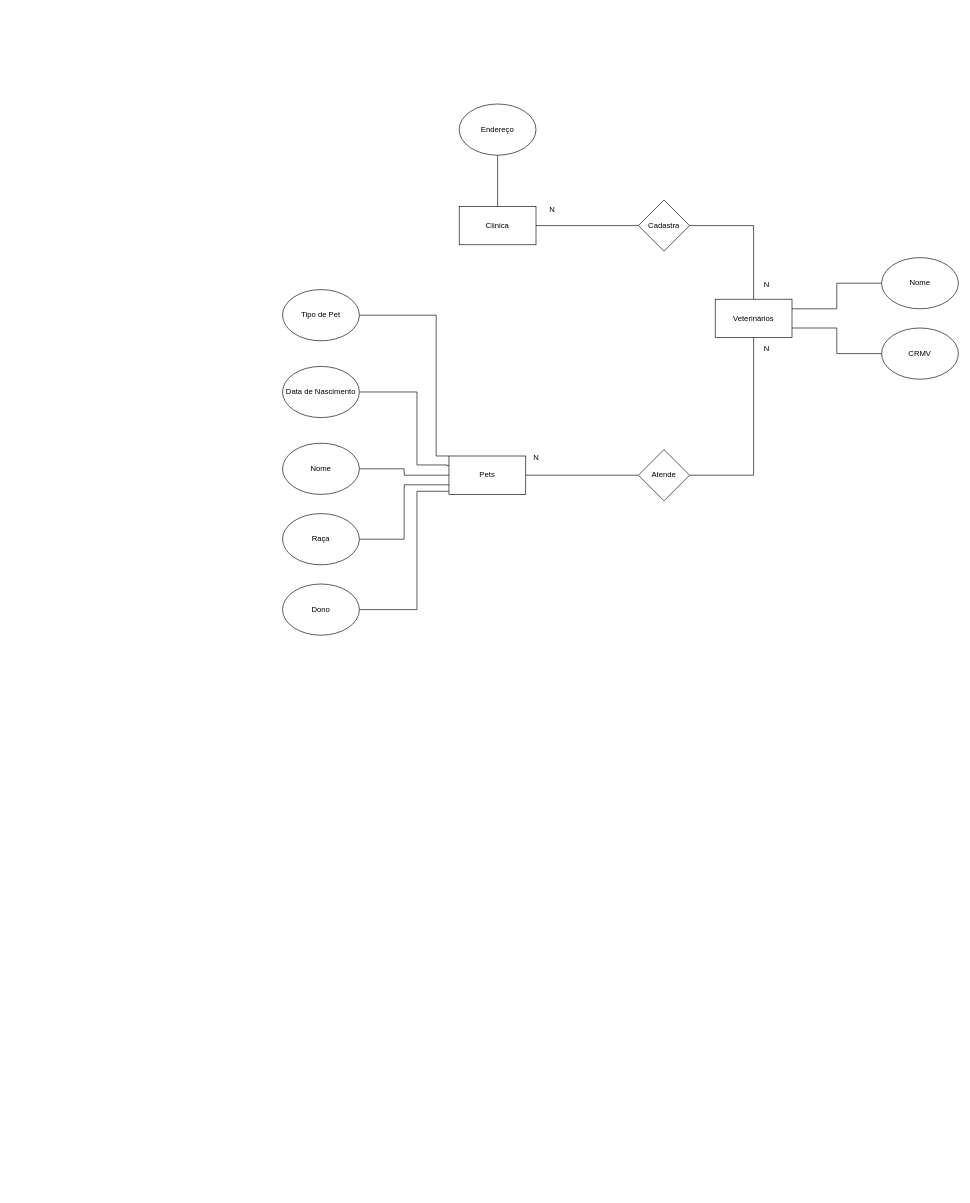
Above: BancoDeDados/Aula3-24-07-Atividade-ModeloEntidadeRelacionamento/1.3-exercicio-pclinics/Atividade-03.drawio in AllanR1991/Senai-2SM (draw.io), before the change. Source tidied: cells renumbered, new cells numbered last; positions are measured from the earlier drawing's top-left corner, leaving out a move shared by most shapes. Both pictures are drawn from the tidied source at 64%, with x=0, y=0 at pixel (282, 104).
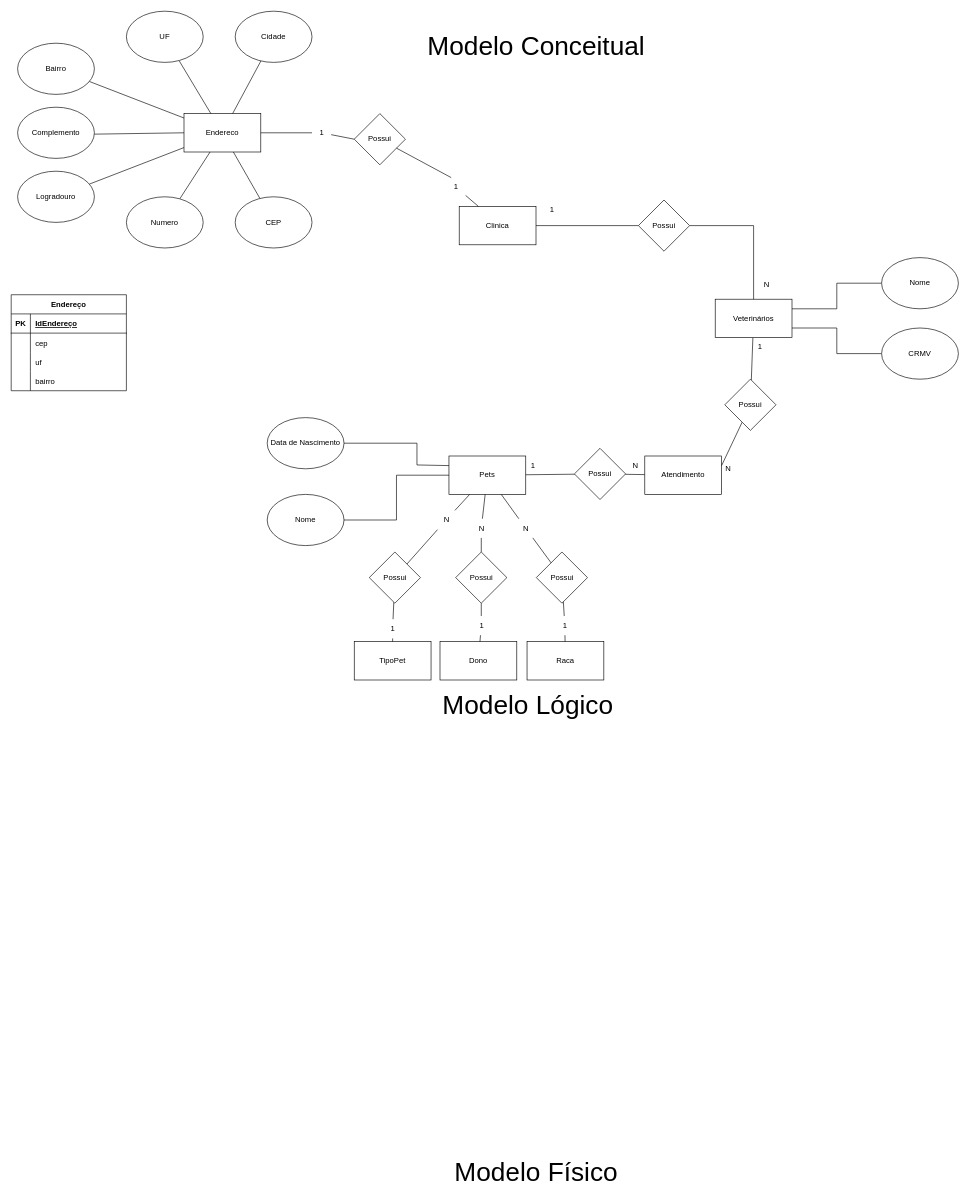
The same page after the edit.

Unchanged cells that the change refers to:
```xml
<mxCell id="3" value="Clinica" style="rounded=0;whiteSpace=wrap;html=1;" parent="1" vertex="1">
  <mxGeometry x="276" y="160" width="120" height="60" as="geometry" />
</mxCell>
<mxCell id="7" value="Pets" style="rounded=0;whiteSpace=wrap;html=1;" parent="1" vertex="1">
  <mxGeometry x="260" y="550" width="120" height="60" as="geometry" />
</mxCell>
<mxCell id="8" value="Veterinários" style="rounded=0;whiteSpace=wrap;html=1;" parent="1" vertex="1">
  <mxGeometry x="676" y="305" width="120" height="60" as="geometry" />
</mxCell>
```

The edit, as a diff of the source:
```diff
@@
-    <mxCell id="4" style="edgeStyle=orthogonalEdgeStyle;rounded=0;jettySize=auto;html=1;entryX=0.5;entryY=0;entryDx=0;entryDy=0;endArrow=none;endFill=0;" parent="1" edge="1" source="5" target="3">
-      <mxGeometry relative="1" as="geometry" />
-    </mxCell>
-    <mxCell id="5" value="Endereço" style="ellipse;whiteSpace=wrap;html=1;" parent="1" vertex="1">
-      <mxGeometry x="276" width="120" height="80" as="geometry" />
-    </mxCell>
-    <mxCell id="6" style="edgeStyle=orthogonalEdgeStyle;rounded=0;jettySize=auto;html=1;entryX=0;entryY=0.5;entryDx=0;entryDy=0;endArrow=none;endFill=0;" parent="1" edge="1" source="7" target="26">
-      <mxGeometry relative="1" as="geometry" />
-    </mxCell>
@@
+    <mxCell id="31" style="edgeStyle=none;html=1;endArrow=none;endFill=0;" parent="1" edge="1" source="8" target="38">
+      <mxGeometry relative="1" as="geometry" />
+    </mxCell>
@@
     <mxCell id="10" value="Nome" style="ellipse;whiteSpace=wrap;html=1;" parent="1" vertex="1">
-      <mxGeometry y="530" width="120" height="80" as="geometry" />
+      <mxGeometry x="-24" y="610" width="120" height="80" as="geometry" />
     </mxCell>
     <mxCell id="11" style="edgeStyle=orthogonalEdgeStyle;rounded=0;jettySize=auto;html=1;entryX=0;entryY=0.25;entryDx=0;entryDy=0;endArrow=none;endFill=0;" parent="1" edge="1" source="12" target="7">
       <mxGeometry relative="1" as="geometry">
         <Array as="points">
-          <mxPoint x="210" y="450" />
+          <mxPoint x="210" y="530" />
           <mxPoint x="210" y="564" />
-          <mxPoint x="257" y="564" />
-          <mxPoint x="257" y="565" />
+          <mxPoint x="260" y="564" />
         </Array>
       </mxGeometry>
     </mxCell>
     <mxCell id="12" value="Data de Nascimento" style="ellipse;whiteSpace=wrap;html=1;" parent="1" vertex="1">
-      <mxGeometry y="410" width="120" height="80" as="geometry" />
+      <mxGeometry x="-24" y="490" width="120" height="80" as="geometry" />
     </mxCell>
-    <mxCell id="13" style="edgeStyle=orthogonalEdgeStyle;rounded=0;jettySize=auto;html=1;entryX=0;entryY=0;entryDx=0;entryDy=0;endArrow=none;endFill=0;" parent="1" edge="1" source="14" target="7">
-      <mxGeometry relative="1" as="geometry">
-        <Array as="points">
-          <mxPoint x="240" y="330" />
-          <mxPoint x="240" y="550" />
-        </Array>
-      </mxGeometry>
-    </mxCell>
-    <mxCell id="14" value="Tipo de Pet" style="ellipse;whiteSpace=wrap;html=1;" parent="1" vertex="1">
-      <mxGeometry y="290" width="120" height="80" as="geometry" />
-    </mxCell>
-    <mxCell id="15" style="edgeStyle=orthogonalEdgeStyle;rounded=0;jettySize=auto;html=1;entryX=0;entryY=0.75;entryDx=0;entryDy=0;endArrow=none;endFill=0;" parent="1" edge="1" source="16" target="7">
-      <mxGeometry relative="1" as="geometry" />
-    </mxCell>
-    <mxCell id="16" value="Raça" style="ellipse;whiteSpace=wrap;html=1;" parent="1" vertex="1">
-      <mxGeometry y="640" width="120" height="80" as="geometry" />
-    </mxCell>
-    <mxCell id="17" style="edgeStyle=orthogonalEdgeStyle;rounded=0;jettySize=auto;html=1;entryX=-0.003;entryY=0.919;entryDx=0;entryDy=0;entryPerimeter=0;endArrow=none;endFill=0;" parent="1" edge="1" source="18" target="7">
-      <mxGeometry relative="1" as="geometry">
-        <Array as="points">
-          <mxPoint x="210" y="790" />
-          <mxPoint x="210" y="605" />
-        </Array>
-      </mxGeometry>
-    </mxCell>
-    <mxCell id="18" value="Dono" style="ellipse;whiteSpace=wrap;html=1;" parent="1" vertex="1">
-      <mxGeometry y="750" width="120" height="80" as="geometry" />
-    </mxCell>
@@
-    <mxCell id="24" value="Cadastra" style="rhombus;whiteSpace=wrap;html=1;" parent="1" vertex="1">
+    <mxCell id="24" value="Possui" style="rhombus;whiteSpace=wrap;html=1;" parent="1" vertex="1">
       <mxGeometry x="556" y="150" width="80" height="80" as="geometry" />
     </mxCell>
-    <mxCell id="25" style="edgeStyle=orthogonalEdgeStyle;rounded=0;jettySize=auto;html=1;entryX=0.5;entryY=1;entryDx=0;entryDy=0;endArrow=none;endFill=0;" parent="1" edge="1" source="26" target="8">
-      <mxGeometry relative="1" as="geometry" />
-    </mxCell>
-    <mxCell id="26" value="Atende" style="rhombus;whiteSpace=wrap;html=1;" parent="1" vertex="1">
-      <mxGeometry x="556" y="540" width="80" height="80" as="geometry" />
-    </mxCell>
@@
-    <mxCell id="28" value="N" style="text;html=1;align=center;verticalAlign=middle;strokeColor=none;fillColor=none;" parent="1" vertex="1">
+    <mxCell id="28" value="1" style="text;html=1;align=center;verticalAlign=middle;strokeColor=none;fillColor=none;" parent="1" vertex="1">
       <mxGeometry x="406" y="150" width="30" height="30" as="geometry" />
     </mxCell>
-    <mxCell id="29" value="N" style="text;html=1;align=center;verticalAlign=middle;strokeColor=none;fillColor=none;" parent="1" vertex="1">
-      <mxGeometry x="741" y="368" width="30" height="30" as="geometry" />
-    </mxCell>
     <mxCell id="30" value="N" style="text;html=1;align=center;verticalAlign=middle;strokeColor=none;fillColor=none;" parent="1" vertex="1">
-      <mxGeometry x="381" y="538" width="30" height="30" as="geometry" />
+      <mxGeometry x="536" y="550" width="30" height="30" as="geometry" />
     </mxCell>
+    <mxCell id="32" value="Modelo Conceitual" style="text;html=1;align=center;verticalAlign=middle;strokeColor=none;fillColor=none;fontSize=41;" parent="1" vertex="1">
+      <mxGeometry x="216" y="-120" width="360" height="60" as="geometry" />
+    </mxCell>
+    <mxCell id="33" value="Modelo Lógico" style="text;html=1;align=center;verticalAlign=middle;strokeColor=none;fillColor=none;fontSize=41;" parent="1" vertex="1">
+      <mxGeometry x="238" y="910" width="290" height="60" as="geometry" />
+    </mxCell>
+    <mxCell id="34" value="Modelo Físico" style="text;html=1;align=center;verticalAlign=middle;strokeColor=none;fillColor=none;fontSize=41;" parent="1" vertex="1">
+      <mxGeometry x="256" y="1640" width="280" height="60" as="geometry" />
+    </mxCell>
+    <mxCell id="35" style="edgeStyle=none;html=1;endArrow=none;endFill=0;" parent="1" edge="1" source="36" target="40">
+      <mxGeometry relative="1" as="geometry" />
+    </mxCell>
+    <mxCell id="36" value="Atendimento" style="whiteSpace=wrap;html=1;" parent="1" vertex="1">
+      <mxGeometry x="566" y="550" width="120" height="60" as="geometry" />
+    </mxCell>
+    <mxCell id="37" style="edgeStyle=none;html=1;entryX=1;entryY=0.25;entryDx=0;entryDy=0;endArrow=none;endFill=0;" parent="1" edge="1" source="38" target="36">
+      <mxGeometry relative="1" as="geometry" />
+    </mxCell>
+    <mxCell id="38" value="Possui" style="rhombus;whiteSpace=wrap;html=1;" parent="1" vertex="1">
+      <mxGeometry x="691" y="430" width="80" height="80" as="geometry" />
+    </mxCell>
+    <mxCell id="39" style="edgeStyle=none;html=1;endArrow=none;endFill=0;" parent="1" edge="1" source="40" target="7">
+      <mxGeometry relative="1" as="geometry" />
+    </mxCell>
+    <mxCell id="40" value="Possui" style="rhombus;whiteSpace=wrap;html=1;" parent="1" vertex="1">
+      <mxGeometry x="456" y="538" width="80" height="80" as="geometry" />
+    </mxCell>
+    <mxCell id="41" value="1" style="text;html=1;align=center;verticalAlign=middle;strokeColor=none;fillColor=none;" parent="1" vertex="1">
+      <mxGeometry x="731" y="365" width="30" height="30" as="geometry" />
+    </mxCell>
+    <mxCell id="42" value="N" style="text;html=1;align=center;verticalAlign=middle;strokeColor=none;fillColor=none;" parent="1" vertex="1">
+      <mxGeometry x="681" y="555" width="30" height="30" as="geometry" />
+    </mxCell>
+    <mxCell id="43" value="Raca" style="rounded=0;whiteSpace=wrap;html=1;" parent="1" vertex="1">
+      <mxGeometry x="382" y="840" width="120" height="60" as="geometry" />
+    </mxCell>
+    <mxCell id="44" style="edgeStyle=none;html=1;endArrow=none;endFill=0;startArrow=none;" parent="1" edge="1" source="78" target="70">
+      <mxGeometry relative="1" as="geometry" />
+    </mxCell>
+    <mxCell id="45" value="TipoPet" style="rounded=0;whiteSpace=wrap;html=1;" parent="1" vertex="1">
+      <mxGeometry x="112" y="840" width="120" height="60" as="geometry" />
+    </mxCell>
+    <mxCell id="18" value="Dono" style="rounded=0;whiteSpace=wrap;html=1;" parent="1" vertex="1">
+      <mxGeometry x="246" y="840" width="120" height="60" as="geometry" />
+    </mxCell>
+    <mxCell id="46" style="edgeStyle=none;html=1;endArrow=none;endFill=0;" parent="1" edge="1" source="48" target="49">
+      <mxGeometry relative="1" as="geometry" />
+    </mxCell>
+    <mxCell id="47" style="edgeStyle=none;html=1;entryX=0;entryY=0.5;entryDx=0;entryDy=0;endArrow=none;endFill=0;startArrow=none;" parent="1" edge="1" source="86" target="84">
+      <mxGeometry relative="1" as="geometry" />
+    </mxCell>
+    <mxCell id="48" value="Endereco" style="rounded=0;whiteSpace=wrap;html=1;" parent="1" vertex="1">
+      <mxGeometry x="-154" y="15" width="120" height="60" as="geometry" />
+    </mxCell>
+    <mxCell id="49" value="CEP" style="ellipse;whiteSpace=wrap;html=1;" parent="1" vertex="1">
+      <mxGeometry x="-74" y="145" width="120" height="80" as="geometry" />
+    </mxCell>
+    <mxCell id="50" style="edgeStyle=none;html=1;endArrow=none;endFill=0;" parent="1" edge="1" source="51" target="48">
+      <mxGeometry relative="1" as="geometry" />
+    </mxCell>
+    <mxCell id="51" value="Cidade" style="ellipse;whiteSpace=wrap;html=1;" parent="1" vertex="1">
+      <mxGeometry x="-74" y="-145" width="120" height="80" as="geometry" />
+    </mxCell>
+    <mxCell id="52" style="edgeStyle=none;html=1;endArrow=none;endFill=0;" parent="1" edge="1" source="53" target="48">
+      <mxGeometry relative="1" as="geometry" />
+    </mxCell>
+    <mxCell id="53" value="UF" style="ellipse;whiteSpace=wrap;html=1;" parent="1" vertex="1">
+      <mxGeometry x="-244" y="-145" width="120" height="80" as="geometry" />
+    </mxCell>
+    <mxCell id="54" style="edgeStyle=none;html=1;endArrow=none;endFill=0;" parent="1" edge="1" source="55" target="48">
+      <mxGeometry relative="1" as="geometry" />
+    </mxCell>
+    <mxCell id="55" value="Bairro" style="ellipse;whiteSpace=wrap;html=1;" parent="1" vertex="1">
+      <mxGeometry x="-414" y="-95" width="120" height="80" as="geometry" />
+    </mxCell>
+    <mxCell id="56" style="edgeStyle=none;html=1;endArrow=none;endFill=0;" parent="1" edge="1" source="57" target="48">
+      <mxGeometry relative="1" as="geometry" />
+    </mxCell>
+    <mxCell id="57" value="Complemento" style="ellipse;whiteSpace=wrap;html=1;" parent="1" vertex="1">
+      <mxGeometry x="-414" y="5" width="120" height="80" as="geometry" />
+    </mxCell>
+    <mxCell id="58" style="edgeStyle=none;html=1;endArrow=none;endFill=0;" parent="1" edge="1" source="59" target="48">
+      <mxGeometry relative="1" as="geometry" />
+    </mxCell>
+    <mxCell id="59" value="Logradouro" style="ellipse;whiteSpace=wrap;html=1;" parent="1" vertex="1">
+      <mxGeometry x="-414" y="105" width="120" height="80" as="geometry" />
+    </mxCell>
+    <mxCell id="60" style="edgeStyle=none;html=1;endArrow=none;endFill=0;" parent="1" edge="1" source="61" target="48">
+      <mxGeometry relative="1" as="geometry" />
+    </mxCell>
+    <mxCell id="61" value="Numero" style="ellipse;whiteSpace=wrap;html=1;" parent="1" vertex="1">
+      <mxGeometry x="-244" y="145" width="120" height="80" as="geometry" />
+    </mxCell>
+    <mxCell id="62" value="1" style="text;html=1;align=center;verticalAlign=middle;strokeColor=none;fillColor=none;" parent="1" vertex="1">
+      <mxGeometry x="376" y="550" width="30" height="30" as="geometry" />
+    </mxCell>
+    <mxCell id="63" style="edgeStyle=none;html=1;endArrow=none;endFill=0;startArrow=none;" parent="1" edge="1" source="76" target="7">
+      <mxGeometry relative="1" as="geometry" />
+    </mxCell>
+    <mxCell id="64" style="edgeStyle=none;html=1;endArrow=none;endFill=0;startArrow=none;" parent="1" edge="1" source="82" target="43">
+      <mxGeometry relative="1" as="geometry" />
+    </mxCell>
+    <mxCell id="65" value="Possui" style="rhombus;whiteSpace=wrap;html=1;" parent="1" vertex="1">
+      <mxGeometry x="396.5" y="700" width="80" height="80" as="geometry" />
+    </mxCell>
+    <mxCell id="66" style="edgeStyle=none;html=1;endArrow=none;endFill=0;startArrow=none;" parent="1" edge="1" source="72" target="7">
+      <mxGeometry relative="1" as="geometry" />
+    </mxCell>
+    <mxCell id="67" style="edgeStyle=none;html=1;endArrow=none;endFill=0;startArrow=none;" parent="1" edge="1" source="80" target="18">
+      <mxGeometry relative="1" as="geometry" />
+    </mxCell>
+    <mxCell id="68" value="Possui" style="rhombus;whiteSpace=wrap;html=1;" parent="1" vertex="1">
+      <mxGeometry x="270.5" y="700" width="80" height="80" as="geometry" />
+    </mxCell>
+    <mxCell id="69" style="edgeStyle=none;html=1;endArrow=none;endFill=0;startArrow=none;" parent="1" edge="1" source="74" target="7">
+      <mxGeometry relative="1" as="geometry" />
+    </mxCell>
+    <mxCell id="70" value="Possui" style="rhombus;whiteSpace=wrap;html=1;" parent="1" vertex="1">
+      <mxGeometry x="135.5" y="700" width="80" height="80" as="geometry" />
+    </mxCell>
+    <mxCell id="71" style="edgeStyle=none;html=1;endArrow=none;endFill=0;" parent="1" edge="1" source="68" target="72">
+      <mxGeometry relative="1" as="geometry" />
+    </mxCell>
+    <mxCell id="72" value="N" style="text;html=1;align=center;verticalAlign=middle;points=[];strokeColor=none;fillColor=none;" parent="1" vertex="1">
+      <mxGeometry x="295.5" y="648" width="30" height="30" as="geometry" />
+    </mxCell>
+    <mxCell id="73" style="edgeStyle=none;html=1;endArrow=none;endFill=0;" parent="1" edge="1" source="70" target="74">
+      <mxGeometry relative="1" as="geometry" />
+    </mxCell>
+    <mxCell id="74" value="N" style="text;html=1;align=center;verticalAlign=middle;points=[];strokeColor=none;fillColor=none;" parent="1" vertex="1">
+      <mxGeometry x="240.5" y="635" width="30" height="30" as="geometry" />
+    </mxCell>
+    <mxCell id="75" style="edgeStyle=none;html=1;endArrow=none;endFill=0;" parent="1" edge="1" source="65" target="76">
+      <mxGeometry relative="1" as="geometry" />
+    </mxCell>
+    <mxCell id="76" value="N" style="text;html=1;align=center;verticalAlign=middle;points=[];strokeColor=none;fillColor=none;" parent="1" vertex="1">
+      <mxGeometry x="365" y="648" width="30" height="30" as="geometry" />
+    </mxCell>
+    <mxCell id="77" style="edgeStyle=none;html=1;endArrow=none;endFill=0;" parent="1" edge="1" source="45" target="78">
+      <mxGeometry relative="1" as="geometry" />
+    </mxCell>
+    <mxCell id="78" value="1" style="text;html=1;align=center;verticalAlign=middle;points=[];strokeColor=none;fillColor=none;" parent="1" vertex="1">
+      <mxGeometry x="157" y="805" width="30" height="30" as="geometry" />
+    </mxCell>
+    <mxCell id="79" style="edgeStyle=none;html=1;endArrow=none;endFill=0;" parent="1" edge="1" source="68" target="80">
+      <mxGeometry relative="1" as="geometry" />
+    </mxCell>
+    <mxCell id="80" value="1" style="text;html=1;align=center;verticalAlign=middle;points=[];strokeColor=none;fillColor=none;" parent="1" vertex="1">
+      <mxGeometry x="295.5" y="800" width="30" height="30" as="geometry" />
+    </mxCell>
+    <mxCell id="81" style="edgeStyle=none;html=1;endArrow=none;endFill=0;" parent="1" edge="1" source="65" target="82">
+      <mxGeometry relative="1" as="geometry" />
+    </mxCell>
+    <mxCell id="82" value="1" style="text;html=1;align=center;verticalAlign=middle;points=[];strokeColor=none;fillColor=none;" parent="1" vertex="1">
+      <mxGeometry x="426" y="800" width="30" height="30" as="geometry" />
+    </mxCell>
+    <mxCell id="83" style="edgeStyle=none;html=1;entryX=0.25;entryY=0;entryDx=0;entryDy=0;endArrow=none;endFill=0;startArrow=none;" parent="1" edge="1" source="88" target="3">
+      <mxGeometry relative="1" as="geometry" />
+    </mxCell>
+    <mxCell id="84" value="Possui" style="rhombus;whiteSpace=wrap;html=1;" parent="1" vertex="1">
+      <mxGeometry x="112" y="15" width="80" height="80" as="geometry" />
+    </mxCell>
+    <mxCell id="85" style="edgeStyle=none;html=1;entryX=0;entryY=0.5;entryDx=0;entryDy=0;endArrow=none;endFill=0;" parent="1" edge="1" source="48" target="86">
+      <mxGeometry relative="1" as="geometry" />
+    </mxCell>
+    <mxCell id="86" value="1" style="text;html=1;align=center;verticalAlign=middle;points=[];strokeColor=none;fillColor=none;" parent="1" vertex="1">
+      <mxGeometry x="46" y="30" width="30" height="30" as="geometry" />
+    </mxCell>
+    <mxCell id="87" style="edgeStyle=none;html=1;entryX=0.25;entryY=0;entryDx=0;entryDy=0;endArrow=none;endFill=0;" parent="1" edge="1" source="84" target="88">
+      <mxGeometry relative="1" as="geometry" />
+    </mxCell>
+    <mxCell id="88" value="1" style="text;html=1;align=center;verticalAlign=middle;points=[];strokeColor=none;fillColor=none;" parent="1" vertex="1">
+      <mxGeometry x="256" y="115" width="30" height="30" as="geometry" />
+    </mxCell>
+    <mxCell id="5" value="Endereço" style="shape=table;startSize=30;childLayout=tableLayout;rowLines=0;fontStyle=1;align=center;" parent="1" vertex="1">
+      <mxGeometry x="-424" y="298" width="180" height="150" as="geometry" />
+    </mxCell>
+    <mxCell id="89" style="shape=tableRow;horizontal=0;startSize=0;swimlaneHead=0;swimlaneBody=0;fillColor=none;top=0;left=0;right=0;bottom=1;" parent="5" vertex="1">
+      <mxGeometry y="30" width="180" height="30" as="geometry" />
+    </mxCell>
+    <mxCell id="90" value="PK" style="shape=partialRectangle;fillColor=none;top=0;left=0;bottom=0;right=0;fontStyle=1;overflow=hidden;" parent="89" vertex="1">
+      <mxGeometry width="30" height="30" as="geometry" />
+    </mxCell>
+    <mxCell id="91" value="IdEndereço" style="shape=partialRectangle;fillColor=none;top=0;left=0;bottom=0;right=0;align=left;spacingLeft=6;fontStyle=5;overflow=hidden;" parent="89" vertex="1">
+      <mxGeometry x="30" width="150" height="30" as="geometry" />
+    </mxCell>
+    <mxCell id="92" style="shape=tableRow;horizontal=0;startSize=0;swimlaneHead=0;swimlaneBody=0;fillColor=none;top=0;left=0;right=0;bottom=0;" parent="5" vertex="1">
+      <mxGeometry y="60" width="180" height="30" as="geometry" />
+    </mxCell>
+    <mxCell id="93" style="shape=partialRectangle;fillColor=none;top=0;left=0;bottom=0;right=0;overflow=hidden;" parent="92" vertex="1">
+      <mxGeometry width="30" height="30" as="geometry" />
+    </mxCell>
+    <mxCell id="94" value="cep" style="shape=partialRectangle;fillColor=none;top=0;left=0;bottom=0;right=0;align=left;spacingLeft=6;overflow=hidden;" parent="92" vertex="1">
+      <mxGeometry x="30" width="150" height="30" as="geometry" />
+    </mxCell>
+    <mxCell id="95" style="shape=tableRow;horizontal=0;startSize=0;swimlaneHead=0;swimlaneBody=0;fillColor=none;top=0;left=0;right=0;bottom=0;" parent="5" vertex="1">
+      <mxGeometry y="90" width="180" height="30" as="geometry" />
+    </mxCell>
+    <mxCell id="96" style="shape=partialRectangle;fillColor=none;top=0;left=0;bottom=0;right=0;overflow=hidden;" parent="95" vertex="1">
+      <mxGeometry width="30" height="30" as="geometry" />
+    </mxCell>
+    <mxCell id="97" value="uf" style="shape=partialRectangle;fillColor=none;top=0;left=0;bottom=0;right=0;align=left;spacingLeft=6;overflow=hidden;" parent="95" vertex="1">
+      <mxGeometry x="30" width="150" height="30" as="geometry" />
+    </mxCell>
+    <mxCell id="98" style="shape=tableRow;horizontal=0;startSize=0;swimlaneHead=0;swimlaneBody=0;fillColor=none;top=0;left=0;right=0;bottom=0;" parent="5" vertex="1">
+      <mxGeometry y="120" width="180" height="30" as="geometry" />
+    </mxCell>
+    <mxCell id="99" style="shape=partialRectangle;fillColor=none;top=0;left=0;bottom=0;right=0;overflow=hidden;" parent="98" vertex="1">
+      <mxGeometry width="30" height="30" as="geometry" />
+    </mxCell>
+    <mxCell id="100" value="bairro" style="shape=partialRectangle;fillColor=none;top=0;left=0;bottom=0;right=0;align=left;spacingLeft=6;overflow=hidden;" parent="98" vertex="1">
+      <mxGeometry x="30" width="150" height="30" as="geometry" />
+    </mxCell>
```
